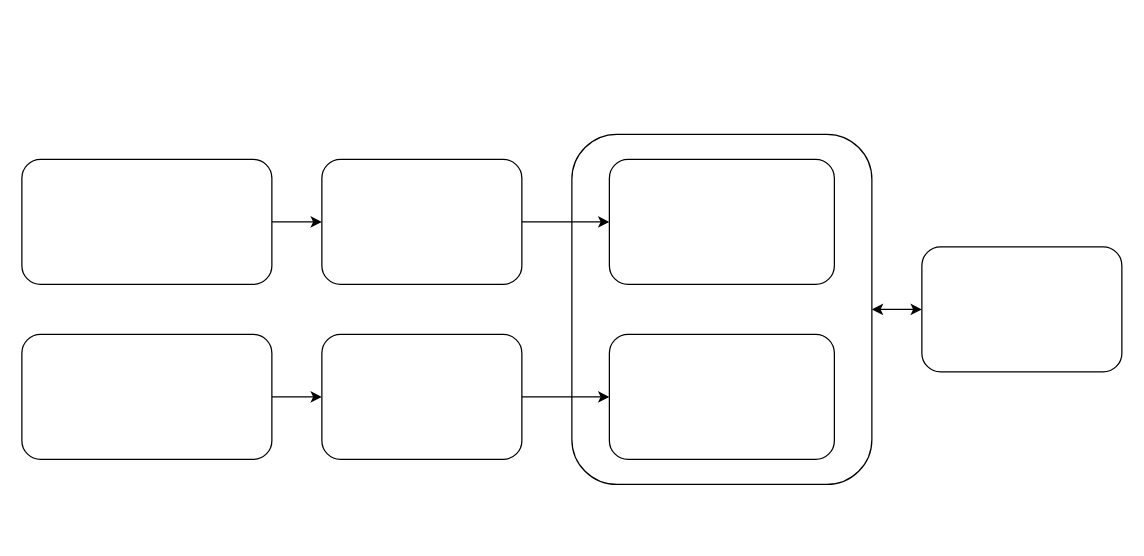
Before: thesis_figure_two.drawio in Matasem-h/SimpleFlowcharts, a draw.io diagram. Source tidied: cells renumbered, new cells numbered last; positions are measured from the earlier drawing's top-left corner, leaving out a move shared by most shapes. Both pictures are drawn from the tidied source at 125%, with x=0, y=0 at pixel (21, 134).
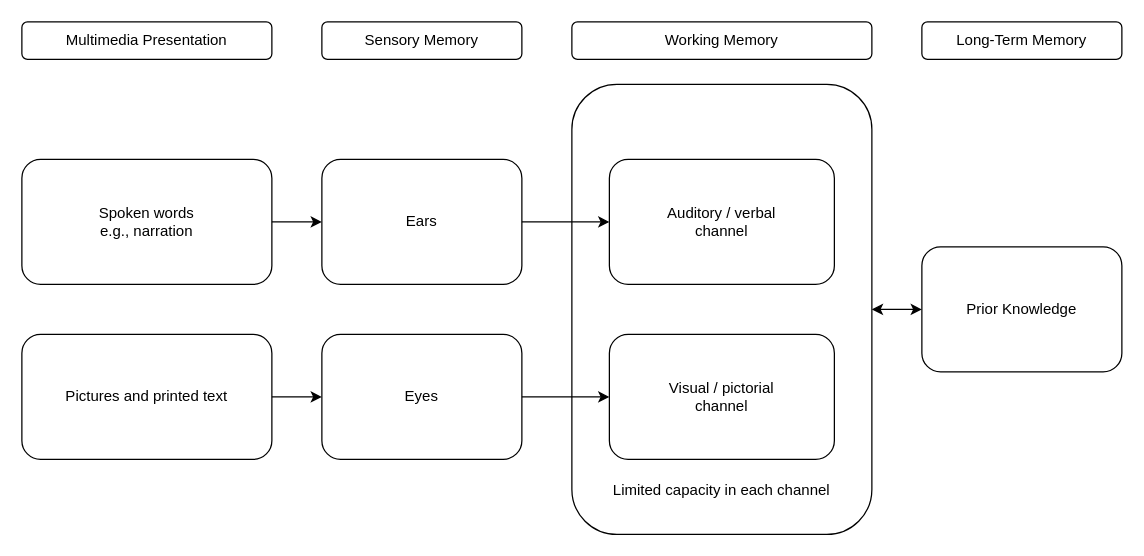
Above is the later version.

Diff of the diagram source:
```diff
@@
 <mxGraphModel>
   <root>
     <mxCell id="0" />
     <mxCell id="1" parent="0" />
-    <mxCell id="2" style="rounded=1;whiteSpace=wrap;html=1;roundedPerimeter=1;" parent="1" vertex="1">
+    <mxCell id="2" value="Pictures and printed text" style="rounded=1;whiteSpace=wrap;html=1;roundedPerimeter=1;" parent="1" vertex="1">
       <mxGeometry y="160" width="200" height="100" as="geometry" />
     </mxCell>
-    <mxCell id="3" style="rounded=1;whiteSpace=wrap;html=1;roundedPerimeter=1;" parent="1" vertex="1">
+    <mxCell id="3" value="&lt;div&gt;Spoken words&lt;/div&gt;&lt;div&gt;e.g., narration&lt;/div&gt;" style="rounded=1;whiteSpace=wrap;html=1;roundedPerimeter=1;" parent="1" vertex="1">
       <mxGeometry y="20" width="200" height="100" as="geometry" />
     </mxCell>
-    <mxCell id="4" style="rounded=1;whiteSpace=wrap;html=1;roundedPerimeter=1;" parent="1" vertex="1">
+    <mxCell id="4" value="Ears" style="rounded=1;whiteSpace=wrap;html=1;roundedPerimeter=1;" parent="1" vertex="1">
       <mxGeometry x="240" y="20" width="160" height="100" as="geometry" />
     </mxCell>
-    <mxCell id="5" style="rounded=1;whiteSpace=wrap;html=1;roundedPerimeter=1;" parent="1" vertex="1">
+    <mxCell id="5" value="Eyes" style="rounded=1;whiteSpace=wrap;html=1;roundedPerimeter=1;" parent="1" vertex="1">
       <mxGeometry x="240" y="160" width="160" height="100" as="geometry" />
     </mxCell>
     <mxCell id="6" style="rounded=1;whiteSpace=wrap;html=1;roundedPerimeter=1;" parent="1" vertex="1">
-      <mxGeometry x="440" width="240" height="280" as="geometry" />
+      <mxGeometry x="440" y="-40" width="240" height="360" as="geometry" />
     </mxCell>
-    <mxCell id="7" style="rounded=1;whiteSpace=wrap;html=1;roundedPerimeter=1;" parent="1" vertex="1">
+    <mxCell id="7" value="Prior Knowledge" style="rounded=1;whiteSpace=wrap;html=1;roundedPerimeter=1;" parent="1" vertex="1">
       <mxGeometry x="720" y="90" width="160" height="100" as="geometry" />
     </mxCell>
-    <mxCell id="8" style="rounded=1;whiteSpace=wrap;html=1;roundedPerimeter=1;" parent="1" vertex="1">
+    <mxCell id="8" value="&lt;div&gt;Auditory / verbal&lt;/div&gt;&lt;div&gt;channel&lt;/div&gt;" style="rounded=1;whiteSpace=wrap;html=1;roundedPerimeter=1;" parent="1" vertex="1">
       <mxGeometry x="470" y="20" width="180" height="100" as="geometry" />
     </mxCell>
-    <mxCell id="9" style="rounded=1;whiteSpace=wrap;html=1;roundedPerimeter=1;" parent="1" vertex="1">
+    <mxCell id="9" value="&lt;div&gt;Visual / pictorial&lt;/div&gt;&lt;div&gt;channel&lt;/div&gt;" style="rounded=1;whiteSpace=wrap;html=1;roundedPerimeter=1;" parent="1" vertex="1">
       <mxGeometry x="470" y="160" width="180" height="100" as="geometry" />
     </mxCell>
     <mxCell id="10" style="endArrow=classic;html=1;rounded=0;defaultLabelBackgroundColor=gap;exitX=1;exitY=0.5;exitDx=0;exitDy=0;entryX=0;entryY=0.5;entryDx=0;entryDy=0;" parent="1" edge="1" source="2" target="5">
       <mxGeometry relative="1" as="geometry" />
     </mxCell>
     <mxCell id="11" style="endArrow=classic;html=1;rounded=0;defaultLabelBackgroundColor=gap;exitX=1;exitY=0.5;exitDx=0;exitDy=0;entryX=0;entryY=0.5;entryDx=0;entryDy=0;" parent="1" edge="1" source="3" target="4">
       <mxGeometry relative="1" as="geometry" />
     </mxCell>
     <mxCell id="12" style="endArrow=classic;html=1;rounded=0;defaultLabelBackgroundColor=gap;exitX=1;exitY=0.5;exitDx=0;exitDy=0;entryX=0;entryY=0.5;entryDx=0;entryDy=0;" parent="1" edge="1" source="4" target="8">
       <mxGeometry relative="1" as="geometry" />
     </mxCell>
     <mxCell id="13" style="endArrow=classic;html=1;rounded=0;defaultLabelBackgroundColor=gap;exitX=1;exitY=0.5;exitDx=0;exitDy=0;entryX=0;entryY=0.5;entryDx=0;entryDy=0;" parent="1" edge="1" source="5" target="9">
       <mxGeometry relative="1" as="geometry" />
     </mxCell>
     <mxCell id="14" style="endArrow=classic;startArrow=classic;html=1;rounded=0;defaultLabelBackgroundColor=gap;entryX=0;entryY=0.5;entryDx=0;entryDy=0;exitX=1;exitY=0.5;exitDx=0;exitDy=0;" parent="1" edge="1" source="6" target="7">
       <mxGeometry relative="1" as="geometry" />
     </mxCell>
+    <mxCell id="15" value="Limited capacity in each channel" style="text;html=1;whiteSpace=wrap;strokeColor=none;fillColor=none;align=center;verticalAlign=middle;rounded=0;" parent="1" vertex="1">
+      <mxGeometry x="440" y="270" width="240" height="30" as="geometry" />
+    </mxCell>
+    <mxCell id="16" value="Multimedia Presentation" style="rounded=1;whiteSpace=wrap;html=1;roundedPerimeter=1;" parent="1" vertex="1">
+      <mxGeometry y="-90" width="200" height="30" as="geometry" />
+    </mxCell>
+    <mxCell id="17" value="Sensory Memory" style="rounded=1;whiteSpace=wrap;html=1;roundedPerimeter=1;" parent="1" vertex="1">
+      <mxGeometry x="240" y="-90" width="160" height="30" as="geometry" />
+    </mxCell>
+    <mxCell id="18" value="Working Memory" style="rounded=1;whiteSpace=wrap;html=1;roundedPerimeter=1;" parent="1" vertex="1">
+      <mxGeometry x="440" y="-90" width="240" height="30" as="geometry" />
+    </mxCell>
+    <mxCell id="19" value="Long-Term Memory" style="rounded=1;whiteSpace=wrap;html=1;roundedPerimeter=1;" parent="1" vertex="1">
+      <mxGeometry x="720" y="-90" width="160" height="30" as="geometry" />
+    </mxCell>
   </root>
 </mxGraphModel>
```
